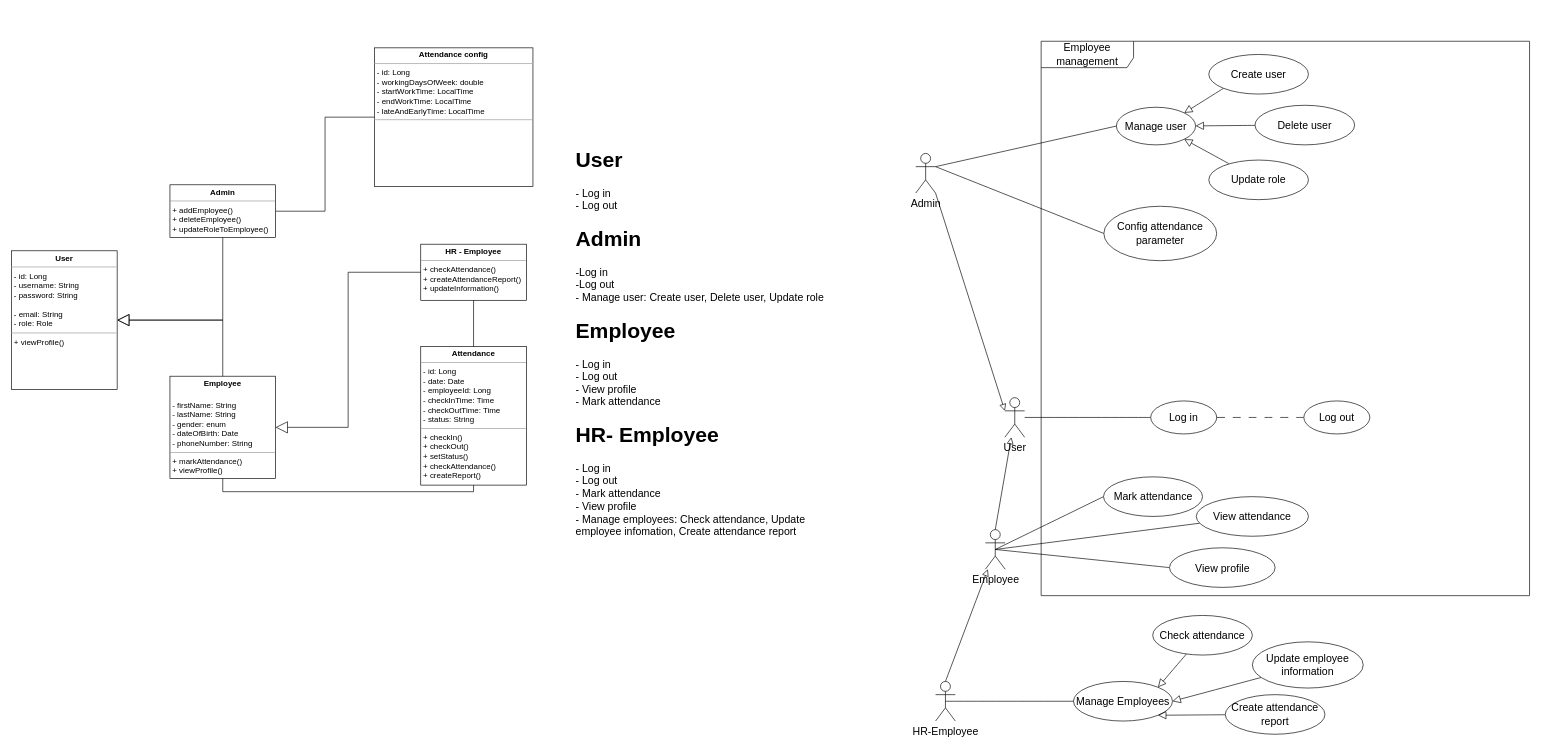
Earlier version of the draw.io diagram EmployeeManagement.drawio (Jason1420/company_management). Source tidied: cells renumbered, new cells numbered last; positions are measured from the earlier drawing's top-left corner, leaving out a move shared by most shapes. Both pictures are drawn from the tidied source at 66%, with x=0, y=0 at pixel (11, 41).
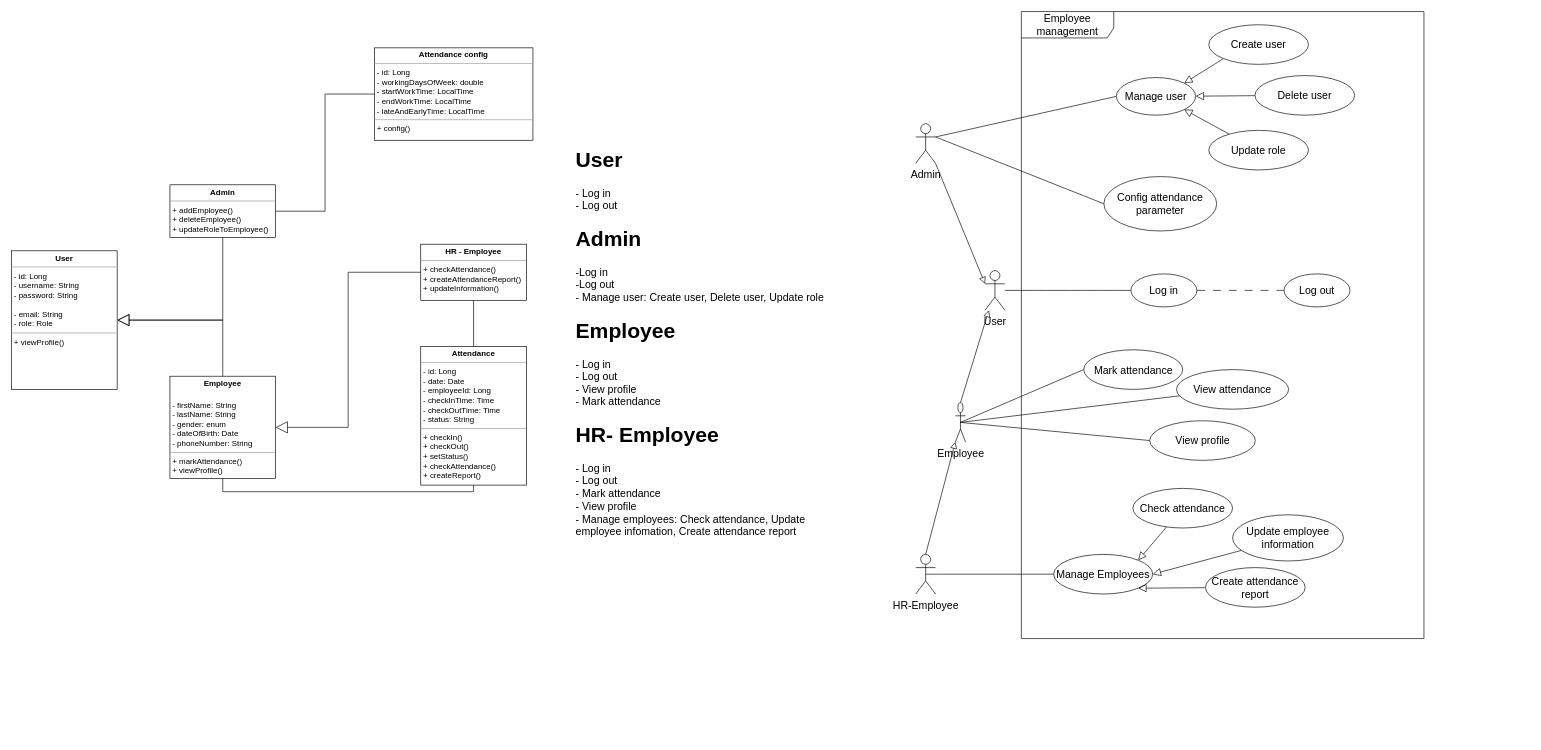
After the change.

Change to the diagram source:
```diff
@@
     <mxCell id="5" value="Admin&lt;br&gt;" style="shape=umlActor;verticalLabelPosition=bottom;verticalAlign=top;html=1;outlineConnect=0;fontSize=16;" parent="1" vertex="1">
-      <mxGeometry x="1370" y="170" width="30" height="60" as="geometry" />
+      <mxGeometry x="1370" y="125" width="30" height="60" as="geometry" />
     </mxCell>
     <mxCell id="6" value="User" style="shape=umlActor;verticalLabelPosition=bottom;verticalAlign=top;html=1;outlineConnect=0;fontSize=16;" parent="1" vertex="1">
-      <mxGeometry x="1505" y="540" width="30" height="60" as="geometry" />
+      <mxGeometry x="1475" y="347.5" width="30" height="60" as="geometry" />
     </mxCell>
@@
     <mxCell id="10" value="Employee" style="shape=umlActor;verticalLabelPosition=bottom;verticalAlign=top;html=1;outlineConnect=0;fontSize=16;" parent="1" vertex="1">
-      <mxGeometry x="1475.5" y="740" width="30" height="60" as="geometry" />
+      <mxGeometry x="1430" y="547.5" width="15.5" height="60" as="geometry" />
     </mxCell>
@@
     <mxCell id="12" value="Log in" style="ellipse;whiteSpace=wrap;html=1;fontSize=16;" parent="1" vertex="1">
-      <mxGeometry x="1726" y="545" width="100" height="50" as="geometry" />
+      <mxGeometry x="1696" y="352.5" width="100" height="50" as="geometry" />
     </mxCell>
@@
     <mxCell id="14" value="HR-Employee&lt;br&gt;" style="shape=umlActor;verticalLabelPosition=bottom;verticalAlign=top;html=1;outlineConnect=0;fontSize=16;" parent="1" vertex="1">
-      <mxGeometry x="1400" y="970" width="30" height="60" as="geometry" />
+      <mxGeometry x="1370" y="777.5" width="30" height="60" as="geometry" />
     </mxCell>
     <mxCell id="15" value="Manage Employees" style="ellipse;whiteSpace=wrap;html=1;fontSize=16;" parent="1" vertex="1">
-      <mxGeometry x="1609" y="970" width="150" height="60" as="geometry" />
+      <mxGeometry x="1579" y="777.5" width="150" height="60" as="geometry" />
     </mxCell>
@@
     <mxCell id="17" value="Manage user" style="ellipse;whiteSpace=wrap;html=1;fontSize=16;" parent="1" vertex="1">
-      <mxGeometry x="1674" y="100" width="120" height="57" as="geometry" />
+      <mxGeometry x="1674" y="55" width="120" height="57" as="geometry" />
     </mxCell>
@@
     <mxCell id="19" value="Check attendance" style="ellipse;whiteSpace=wrap;html=1;fontSize=16;" parent="1" vertex="1">
-      <mxGeometry x="1729" y="870" width="151" height="60" as="geometry" />
+      <mxGeometry x="1699" y="677.5" width="151" height="60" as="geometry" />
     </mxCell>
@@
     <mxCell id="22" value="Update employee information" style="ellipse;whiteSpace=wrap;html=1;fontSize=16;" parent="1" vertex="1">
-      <mxGeometry x="1880" y="910" width="168" height="70" as="geometry" />
+      <mxGeometry x="1850" y="717.5" width="168" height="70" as="geometry" />
     </mxCell>
@@
     <mxCell id="24" value="Create attendance report" style="ellipse;whiteSpace=wrap;html=1;fontSize=16;" parent="1" vertex="1">
-      <mxGeometry x="1839" y="990" width="151" height="60" as="geometry" />
+      <mxGeometry x="1809" y="797.5" width="151" height="60" as="geometry" />
     </mxCell>
     <mxCell id="25" value="Mark attendance" style="ellipse;whiteSpace=wrap;html=1;fontSize=16;" parent="1" vertex="1">
-      <mxGeometry x="1654.5" y="660" width="150" height="60" as="geometry" />
+      <mxGeometry x="1624.5" y="467.5" width="150" height="60" as="geometry" />
     </mxCell>
@@
     <mxCell id="27" value="Create user" style="ellipse;whiteSpace=wrap;html=1;fontSize=16;" parent="1" vertex="1">
-      <mxGeometry x="1814" y="20" width="151" height="60" as="geometry" />
+      <mxGeometry x="1814" y="-25" width="151" height="60" as="geometry" />
     </mxCell>
@@
     <mxCell id="29" value="Delete user" style="ellipse;whiteSpace=wrap;html=1;fontSize=16;" parent="1" vertex="1">
-      <mxGeometry x="1884" y="97" width="151" height="60" as="geometry" />
+      <mxGeometry x="1884" y="52" width="151" height="60" as="geometry" />
     </mxCell>
@@
     <mxCell id="31" value="Log out" style="ellipse;whiteSpace=wrap;html=1;fontSize=16;" parent="1" vertex="1">
-      <mxGeometry x="1958" y="545" width="100" height="50" as="geometry" />
+      <mxGeometry x="1928" y="352.5" width="100" height="50" as="geometry" />
     </mxCell>
@@
     <mxCell id="33" value="View profile" style="ellipse;whiteSpace=wrap;html=1;fontSize=16;" parent="1" vertex="1">
-      <mxGeometry x="1754.5" y="767.5" width="160" height="60" as="geometry" />
+      <mxGeometry x="1724.5" y="575" width="160" height="60" as="geometry" />
     </mxCell>
@@
     <mxCell id="35" value="Update role" style="ellipse;whiteSpace=wrap;html=1;fontSize=16;" parent="1" vertex="1">
-      <mxGeometry x="1814" y="180" width="151" height="60" as="geometry" />
+      <mxGeometry x="1814" y="135" width="151" height="60" as="geometry" />
     </mxCell>
     <mxCell id="36" value="Employee management" style="shape=umlFrame;whiteSpace=wrap;html=1;fontSize=16;width=140;height=40;" parent="1" vertex="1">
-      <mxGeometry x="1560" width="740" height="840" as="geometry" />
+      <mxGeometry x="1530" y="-45" width="610" height="950" as="geometry" />
     </mxCell>
@@
     <mxCell id="49" value="View attendance" style="ellipse;whiteSpace=wrap;html=1;fontSize=16;" parent="1" vertex="1">
-      <mxGeometry x="1795" y="690" width="170" height="60" as="geometry" />
+      <mxGeometry x="1765" y="497.5" width="170" height="60" as="geometry" />
     </mxCell>
     <mxCell id="50" value="Config attendance parameter" style="ellipse;whiteSpace=wrap;html=1;fontSize=16;" parent="1" vertex="1">
-      <mxGeometry x="1655" y="250" width="171" height="82.5" as="geometry" />
+      <mxGeometry x="1655" y="205" width="171" height="82.5" as="geometry" />
     </mxCell>
-    <mxCell id="51" value="&lt;p style=&quot;margin:0px;margin-top:4px;text-align:center;&quot;&gt;&lt;b&gt;Attendance config&lt;/b&gt;&lt;/p&gt;&lt;hr size=&quot;1&quot;&gt;&lt;p style=&quot;margin:0px;margin-left:4px;&quot;&gt;- id: Long&lt;/p&gt;&lt;p style=&quot;margin:0px;margin-left:4px;&quot;&gt;- workingDaysOfWeek: double&lt;/p&gt;&lt;p style=&quot;margin:0px;margin-left:4px;&quot;&gt;&lt;span style=&quot;background-color: initial;&quot;&gt;- startWorkTime: LocalTime&lt;/span&gt;&lt;br&gt;&lt;/p&gt;&lt;p style=&quot;border-color: var(--border-color); margin: 0px 0px 0px 4px;&quot;&gt;- endWorkTime: LocalTime&lt;/p&gt;&lt;p style=&quot;border-color: var(--border-color); margin: 0px 0px 0px 4px;&quot;&gt;- lateAndEarlyTime: LocalTime&lt;/p&gt;&lt;hr size=&quot;1&quot;&gt;&lt;p style=&quot;margin:0px;margin-left:4px;&quot;&gt;&lt;br&gt;&lt;/p&gt;" style="verticalAlign=top;align=left;overflow=fill;fontSize=12;fontFamily=Helvetica;html=1;whiteSpace=wrap;" parent="1" vertex="1">
-      <mxGeometry x="550" y="10" width="240" height="210" as="geometry" />
+    <mxCell id="51" value="&lt;p style=&quot;margin:0px;margin-top:4px;text-align:center;&quot;&gt;&lt;b&gt;Attendance config&lt;/b&gt;&lt;/p&gt;&lt;hr size=&quot;1&quot;&gt;&lt;p style=&quot;margin:0px;margin-left:4px;&quot;&gt;- id: Long&lt;/p&gt;&lt;p style=&quot;margin:0px;margin-left:4px;&quot;&gt;- workingDaysOfWeek: double&lt;/p&gt;&lt;p style=&quot;margin:0px;margin-left:4px;&quot;&gt;&lt;span style=&quot;background-color: initial;&quot;&gt;- startWorkTime: LocalTime&lt;/span&gt;&lt;br&gt;&lt;/p&gt;&lt;p style=&quot;border-color: var(--border-color); margin: 0px 0px 0px 4px;&quot;&gt;- endWorkTime: LocalTime&lt;/p&gt;&lt;p style=&quot;border-color: var(--border-color); margin: 0px 0px 0px 4px;&quot;&gt;- lateAndEarlyTime: LocalTime&lt;/p&gt;&lt;hr size=&quot;1&quot;&gt;&lt;p style=&quot;margin:0px;margin-left:4px;&quot;&gt;+ config()&lt;/p&gt;" style="verticalAlign=top;align=left;overflow=fill;fontSize=12;fontFamily=Helvetica;html=1;whiteSpace=wrap;" parent="1" vertex="1">
+      <mxGeometry x="550" y="10" width="240" height="140" as="geometry" />
     </mxCell>
```
